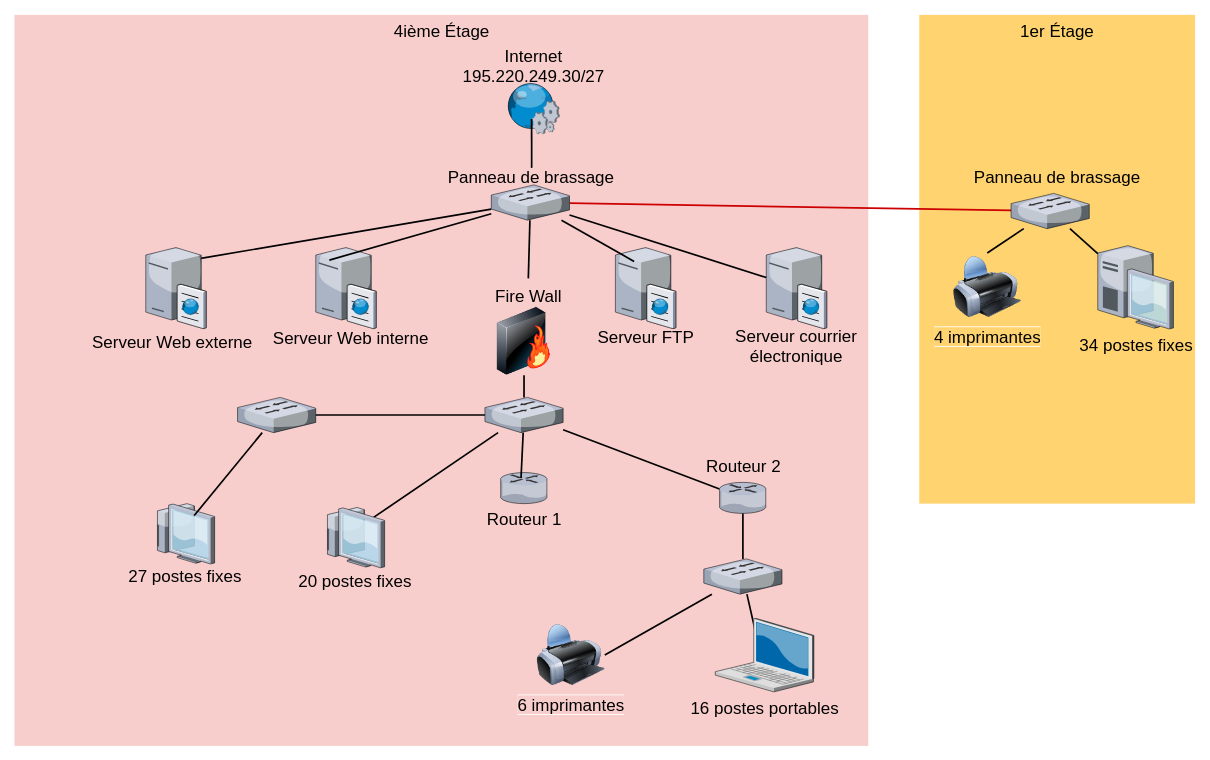
This is Diagramme sans nom.drawio from Calu12/Projet_reso, a draw.io file, before an edit. Source tidied: cells renumbered, new cells numbered last; positions are measured from the earlier drawing's top-left corner, leaving out a move shared by most shapes. Both pictures are drawn from the tidied source at 85%, with x=0, y=0 at pixel (14, 14).
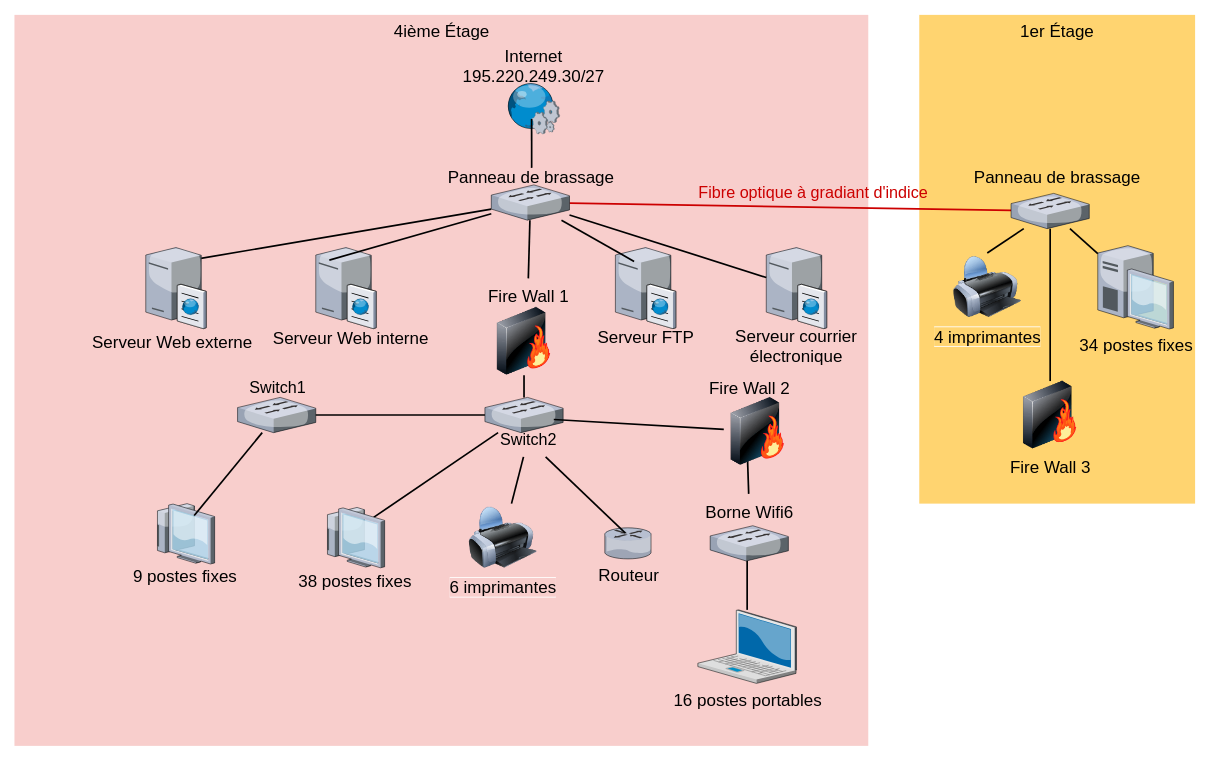
The same diagram, later.

Commit message:
Mettre à jour Diagramme sans nom.drawio

The change refers to these unchanged cells:
```xml
<mxCell id="40" style="verticalLabelPosition=bottom;sketch=0;html=1;verticalAlign=top;strokeColor=none;align=center;outlineConnect=0;shape=mxgraph.citrix.switch;" parent="1" vertex="1">
  <mxGeometry x="1172" y="210" width="92" height="41.5" as="geometry" />
</mxCell>
<mxCell id="43" style="verticalLabelPosition=bottom;sketch=0;html=1;verticalAlign=top;strokeColor=none;align=center;outlineConnect=0;shape=mxgraph.citrix.switch;" parent="1" vertex="1">
  <mxGeometry x="553" y="450" width="92" height="41.5" as="geometry" />
</mxCell>
```

Diff of the diagram source:
```diff
@@
-    <mxCell id="5" value="&lt;font style=&quot;font-size: 20px;&quot;&gt;Routeur 1&lt;br&gt;&lt;/font&gt;" style="verticalLabelPosition=bottom;html=1;verticalAlign=top;strokeColor=none;shape=mxgraph.citrix.router;fillColor=#66B2FF;gradientColor=#0066CC;fontSize=14;" parent="1" vertex="1">
-      <mxGeometry x="571.5" y="538.5" width="55" height="36.5" as="geometry" />
+    <mxCell id="5" value="&lt;font style=&quot;font-size: 20px;&quot;&gt;Routeur &lt;br&gt;&lt;/font&gt;" style="verticalLabelPosition=bottom;html=1;verticalAlign=top;strokeColor=none;shape=mxgraph.citrix.router;fillColor=#66B2FF;gradientColor=#0066CC;fontSize=14;" parent="1" vertex="1">
+      <mxGeometry x="694" y="603.5" width="55" height="36.5" as="geometry" />
     </mxCell>
@@
-    <mxCell id="8" style="edgeStyle=none;rounded=0;html=1;startSize=10;endSize=10;jettySize=auto;fontSize=14;endArrow=none;endFill=0;strokeWidth=2;entryX=0.482;entryY=0.621;entryDx=0;entryDy=0;entryPerimeter=0;" parent="1" edge="1" source="41" target="19">
-      <mxGeometry relative="1" as="geometry" />
-    </mxCell>
@@
     <mxCell id="19" value="&lt;div style=&quot;font-size: 20px;&quot;&gt;&lt;font style=&quot;font-size: 20px;&quot;&gt;16 postes portables&lt;/font&gt;&lt;/div&gt;" style="verticalLabelPosition=bottom;html=1;verticalAlign=top;strokeColor=none;shape=mxgraph.citrix.laptop_2;fillColor=#66B2FF;gradientColor=#0066CC;fontSize=14;" parent="1" vertex="1">
-      <mxGeometry x="824" y="710" width="116" height="86.5" as="geometry" />
+      <mxGeometry x="803.5" y="700" width="116" height="86.5" as="geometry" />
     </mxCell>
@@
     <mxCell id="21" value="&lt;div style=&quot;font-size: 20px;&quot;&gt;&lt;font style=&quot;background-color: rgb(248, 206, 204); font-size: 20px;&quot;&gt;6 imprimantes&lt;/font&gt;&lt;/div&gt;" style="image;html=1;image=img/lib/clip_art/computers/Printer_128x128.png;" parent="1" vertex="1">
-      <mxGeometry x="614" y="713.2" width="80" height="80" as="geometry" />
+      <mxGeometry x="534" y="575" width="80" height="80" as="geometry" />
     </mxCell>
@@
-    <mxCell id="30" value="&lt;div style=&quot;font-size: 20px;&quot;&gt;&lt;font style=&quot;font-size: 20px;&quot;&gt;Fire Wall&lt;font style=&quot;font-size: 20px;&quot;&gt;&lt;br&gt;&lt;/font&gt;&lt;/font&gt;&lt;/div&gt;" style="text;html=1;align=center;verticalAlign=middle;points=[];strokeColor=none;fillColor=none;" parent="1" vertex="1">
-      <mxGeometry x="553.5" y="310" width="100" height="40" as="geometry" />
+    <mxCell id="30" value="&lt;div style=&quot;font-size: 20px;&quot;&gt;&lt;font style=&quot;font-size: 20px;&quot;&gt;Fire Wall 1&lt;font style=&quot;font-size: 20px;&quot;&gt;&lt;br&gt;&lt;/font&gt;&lt;/font&gt;&lt;/div&gt;" style="text;html=1;align=center;verticalAlign=middle;points=[];strokeColor=none;fillColor=none;" parent="1" vertex="1">
+      <mxGeometry x="543.5" y="310" width="120" height="40" as="geometry" />
     </mxCell>
@@
-    <mxCell id="33" style="edgeStyle=none;rounded=0;html=1;startSize=10;endSize=10;jettySize=auto;fontSize=14;endArrow=none;endFill=0;strokeWidth=2;" parent="1" edge="1" source="36" target="43">
+    <mxCell id="33" style="edgeStyle=none;rounded=0;html=1;startSize=10;endSize=10;jettySize=auto;fontSize=14;endArrow=none;endFill=0;strokeWidth=2;entryX=0.344;entryY=0.75;entryDx=0;entryDy=0;entryPerimeter=0;" parent="1" edge="1" source="37" target="55">
       <mxGeometry relative="1" as="geometry" />
     </mxCell>
-    <mxCell id="34" value="&lt;div style=&quot;font-size: 20px;&quot;&gt;&lt;font style=&quot;font-size: 20px;&quot;&gt;27 postes fixes&lt;/font&gt;&lt;/div&gt;" style="text;html=1;align=center;verticalAlign=middle;strokeColor=none;fillColor=none;" parent="1" vertex="1">
-      <mxGeometry x="119.5" y="640" width="160" height="40" as="geometry" />
+    <mxCell id="34" value="&lt;div style=&quot;font-size: 20px;&quot;&gt;&lt;font style=&quot;font-size: 20px;&quot;&gt;9 postes fixes&lt;/font&gt;&lt;/div&gt;" style="text;html=1;align=center;verticalAlign=middle;strokeColor=none;fillColor=none;" parent="1" vertex="1">
+      <mxGeometry x="124.5" y="640" width="150" height="40" as="geometry" />
     </mxCell>
-    <mxCell id="35" style="edgeStyle=none;rounded=0;html=1;startSize=10;endSize=10;jettySize=auto;fontSize=14;endArrow=none;endFill=0;strokeWidth=2;entryX=1;entryY=0.5;entryDx=0;entryDy=0;" parent="1" edge="1" source="41" target="21">
+    <mxCell id="35" style="edgeStyle=none;rounded=0;html=1;startSize=10;endSize=10;jettySize=auto;fontSize=14;endArrow=none;endFill=0;strokeWidth=2;" parent="1" edge="1" source="54" target="21">
       <mxGeometry relative="1" as="geometry" />
     </mxCell>
-    <mxCell id="36" style="verticalLabelPosition=bottom;sketch=0;html=1;verticalAlign=top;strokeColor=none;align=center;outlineConnect=0;shape=mxgraph.citrix.router;" parent="1" vertex="1">
-      <mxGeometry x="829" y="550" width="55" height="36.5" as="geometry" />
-    </mxCell>
-    <mxCell id="37" value="&lt;div style=&quot;font-size: 20px;&quot;&gt;&lt;font style=&quot;font-size: 20px;&quot;&gt;Routeur 2&lt;/font&gt;&lt;/div&gt;" style="text;html=1;align=center;verticalAlign=middle;points=[];strokeColor=none;fillColor=none;" parent="1" vertex="1">
-      <mxGeometry x="801.5" y="510" width="110" height="40" as="geometry" />
+    <mxCell id="37" value="&lt;div style=&quot;font-size: 20px;&quot;&gt;&lt;font style=&quot;font-size: 20px;&quot;&gt;Borne Wifi6&lt;br&gt;&lt;/font&gt;&lt;/div&gt;" style="text;html=1;align=center;verticalAlign=middle;points=[];strokeColor=none;fillColor=none;" parent="1" vertex="1">
+      <mxGeometry x="799" y="563.5" width="130" height="40" as="geometry" />
     </mxCell>
-    <mxCell id="38" style="edgeStyle=none;rounded=0;html=1;startSize=10;endSize=10;jettySize=auto;fontSize=14;endArrow=none;endFill=0;strokeWidth=2;exitX=0.436;exitY=0.164;exitDx=0;exitDy=0;exitPerimeter=0;" parent="1" edge="1" source="5" target="43">
+    <mxCell id="38" style="edgeStyle=none;rounded=0;html=1;startSize=10;endSize=10;jettySize=auto;fontSize=14;endArrow=none;endFill=0;strokeWidth=2;exitX=0.436;exitY=0.164;exitDx=0;exitDy=0;exitPerimeter=0;" parent="1" edge="1" source="5" target="54">
       <mxGeometry relative="1" as="geometry" />
     </mxCell>
@@
-    <mxCell id="41" style="verticalLabelPosition=bottom;sketch=0;html=1;verticalAlign=top;strokeColor=none;align=center;outlineConnect=0;shape=mxgraph.citrix.switch;" parent="1" vertex="1">
-      <mxGeometry x="810.5" y="640" width="92" height="41.5" as="geometry" />
-    </mxCell>
-    <mxCell id="42" style="edgeStyle=none;rounded=0;html=1;startSize=10;endSize=10;jettySize=auto;fontSize=14;endArrow=none;endFill=0;strokeWidth=2;" parent="1" edge="1" source="41" target="36">
-      <mxGeometry relative="1" as="geometry" />
+    <mxCell id="42" style="edgeStyle=none;rounded=0;html=1;startSize=10;endSize=10;jettySize=auto;fontSize=14;endArrow=none;endFill=0;strokeWidth=2;" parent="1" edge="1" source="19">
+      <mxGeometry relative="1" as="geometry">
+        <mxPoint x="861.5" y="640" as="targetPoint" />
+      </mxGeometry>
     </mxCell>
@@
-    <mxCell id="47" value="&lt;div style=&quot;font-size: 20px;&quot;&gt;&lt;font style=&quot;font-size: 20px;&quot;&gt;20 postes fixes&lt;/font&gt;&lt;/div&gt;" style="text;html=1;align=center;verticalAlign=middle;strokeColor=none;fillColor=none;" parent="1" vertex="1">
+    <mxCell id="47" value="&lt;div style=&quot;font-size: 20px;&quot;&gt;&lt;font style=&quot;font-size: 20px;&quot;&gt;38 postes fixes&lt;/font&gt;&lt;/div&gt;" style="text;html=1;align=center;verticalAlign=middle;strokeColor=none;fillColor=none;" parent="1" vertex="1">
       <mxGeometry x="319.5" y="646" width="160" height="40" as="geometry" />
     </mxCell>
@@
+    <mxCell id="52" value="&lt;font style=&quot;font-size: 19px;&quot;&gt;&lt;font color=&quot;#cc0000&quot;&gt;Fibre optique à gradiant d'indice&lt;/font&gt;&lt;br&gt;&lt;/font&gt;" style="text;html=1;align=center;verticalAlign=middle;strokeColor=none;fillColor=none;" parent="1" vertex="1">
+      <mxGeometry x="794" y="190" width="290" height="40" as="geometry" />
+    </mxCell>
+    <mxCell id="53" value="&lt;font style=&quot;font-size: 19px;&quot;&gt;Switch1&lt;/font&gt;" style="text;html=1;align=center;verticalAlign=middle;strokeColor=none;fillColor=none;" parent="1" vertex="1">
+      <mxGeometry x="264" y="419" width="90" height="40" as="geometry" />
+    </mxCell>
+    <mxCell id="54" value="&lt;font style=&quot;font-size: 19px;&quot;&gt;Switch2&lt;/font&gt;" style="text;html=1;align=center;verticalAlign=middle;points=[];strokeColor=none;fillColor=none;" parent="1" vertex="1">
+      <mxGeometry x="558.5" y="480" width="90" height="40" as="geometry" />
+    </mxCell>
+    <mxCell id="55" style="image;html=1;image=img/lib/clip_art/networking/Firewall-page1_128x128.png;" parent="1" vertex="1">
+      <mxGeometry x="834" y="450" width="80" height="80" as="geometry" />
+    </mxCell>
+    <mxCell id="56" value="&lt;div style=&quot;font-size: 20px;&quot;&gt;&lt;font style=&quot;font-size: 20px;&quot;&gt;Fire Wall 2&lt;font style=&quot;font-size: 20px;&quot;&gt;&lt;br&gt;&lt;/font&gt;&lt;/font&gt;&lt;/div&gt;" style="text;html=1;align=center;verticalAlign=middle;strokeColor=none;fillColor=none;" parent="1" vertex="1">
+      <mxGeometry x="804" y="419" width="120" height="40" as="geometry" />
+    </mxCell>
+    <mxCell id="57" style="edgeStyle=none;rounded=0;html=1;startSize=10;endSize=10;jettySize=auto;fontSize=14;endArrow=none;endFill=0;strokeWidth=2;exitX=0.839;exitY=-0.1;exitDx=0;exitDy=0;exitPerimeter=0;" parent="1" edge="1" source="54" target="55">
+      <mxGeometry relative="1" as="geometry" />
+    </mxCell>
+    <mxCell id="58" style="image;html=1;image=img/lib/clip_art/networking/Firewall-page1_128x128.png;" parent="1" vertex="1">
+      <mxGeometry x="1178" y="430.8" width="80" height="80" as="geometry" />
+    </mxCell>
+    <mxCell id="59" style="edgeStyle=none;rounded=0;html=1;startSize=10;endSize=10;jettySize=auto;fontSize=14;endArrow=none;endFill=0;strokeWidth=2;" parent="1" edge="1" source="58" target="40">
+      <mxGeometry relative="1" as="geometry" />
+    </mxCell>
+    <mxCell id="60" value="&lt;div style=&quot;font-size: 20px;&quot;&gt;&lt;font style=&quot;font-size: 20px;&quot;&gt;Fire Wall 3&lt;font style=&quot;font-size: 20px;&quot;&gt;&lt;br&gt;&lt;/font&gt;&lt;/font&gt;&lt;/div&gt;" style="text;html=1;align=center;verticalAlign=middle;strokeColor=none;fillColor=none;" parent="1" vertex="1">
+      <mxGeometry x="1158" y="510.8" width="120" height="40" as="geometry" />
+    </mxCell>
+    <mxCell id="61" style="verticalLabelPosition=bottom;sketch=0;html=1;verticalAlign=top;strokeColor=none;align=center;shape=mxgraph.citrix.switch;" parent="1" vertex="1">
+      <mxGeometry x="818" y="601" width="92" height="41.5" as="geometry" />
+    </mxCell>
```
